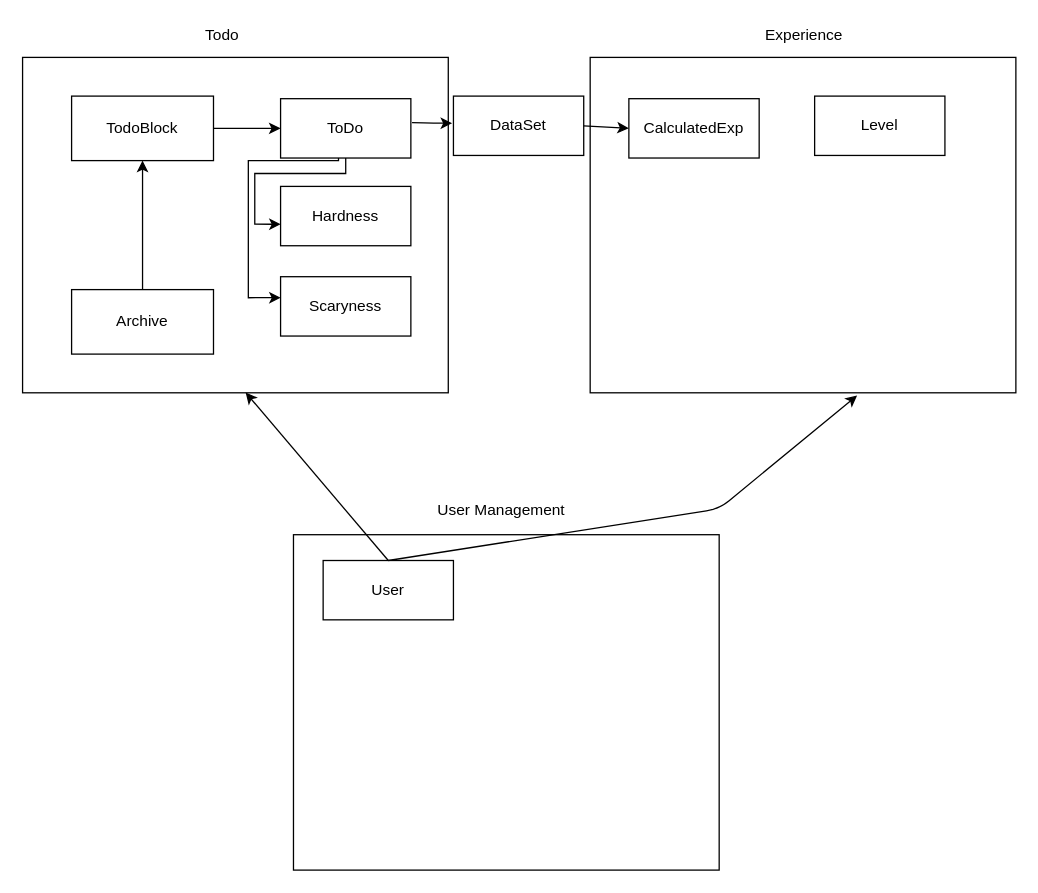
The draw.io diagram 3projects.drawio in FedosovMax/knight-todo, before the edit. Source tidied: cells renumbered, new cells numbered last; positions are measured from the earlier drawing's top-left corner, leaving out a move shared by most shapes. Both pictures are drawn from the tidied source at 129%, with x=0, y=0 at pixel (22, 22).
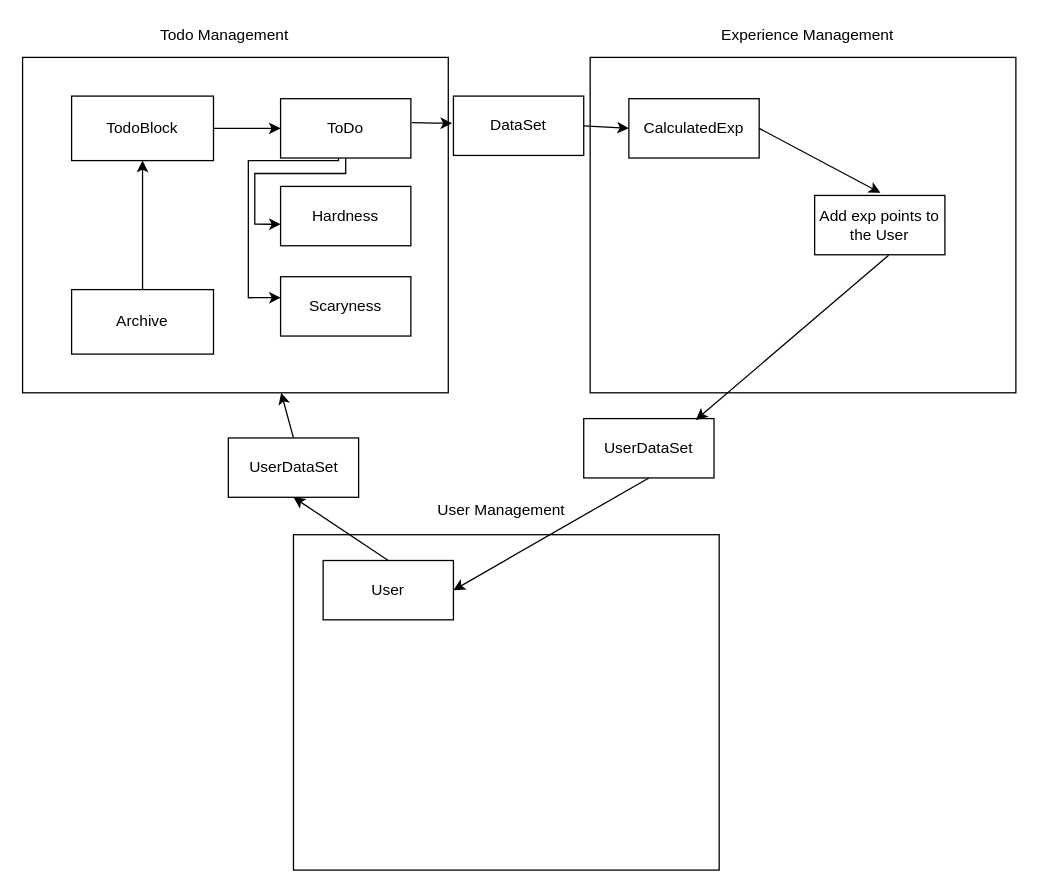
After the change.

The change refers to these unchanged cells:
```xml
<mxCell id="2" style="rounded=0;whiteSpace=wrap;html=1;fillColor=none;" parent="1" vertex="1">
  <mxGeometry y="27" width="330" height="260" as="geometry" />
</mxCell>
<mxCell id="3" style="rounded=0;whiteSpace=wrap;html=1;fillColor=none;" parent="1" vertex="1">
  <mxGeometry x="440" y="27" width="330" height="260" as="geometry" />
</mxCell>
<mxCell id="13" value="CalculatedExp" style="rounded=0;whiteSpace=wrap;html=1;fillColor=none;" parent="1" vertex="1">
  <mxGeometry x="470" y="59" width="101" height="46" as="geometry" />
</mxCell>
<mxCell id="22" value="User" style="rounded=0;whiteSpace=wrap;html=1;fillColor=none;" parent="1" vertex="1">
  <mxGeometry x="233" y="417" width="101" height="46" as="geometry" />
</mxCell>
```

Diff of the diagram source:
```diff
@@
-    <mxCell id="5" value="Todo" style="text;html=1;align=left;verticalAlign=top;spacingTop=-4;" parent="1" vertex="1">
-      <mxGeometry x="140" width="40" height="20" as="geometry" />
+    <mxCell id="5" value="Todo Management" style="text;html=1;align=left;verticalAlign=top;spacingTop=-4;" parent="1" vertex="1">
+      <mxGeometry x="104.5" width="110" height="20" as="geometry" />
     </mxCell>
-    <mxCell id="6" value="Experience" style="text;html=1;align=left;verticalAlign=top;spacingTop=-4;" parent="1" vertex="1">
-      <mxGeometry x="574" width="80" height="20" as="geometry" />
+    <mxCell id="6" value="Experience Management" style="text;html=1;align=left;verticalAlign=top;spacingTop=-4;" parent="1" vertex="1">
+      <mxGeometry x="540" width="150" height="20" as="geometry" />
     </mxCell>
@@
-    <mxCell id="14" value="Level" style="rounded=0;whiteSpace=wrap;html=1;fillColor=none;" parent="1" vertex="1">
-      <mxGeometry x="614" y="57" width="101" height="46" as="geometry" />
-    </mxCell>
@@
-    <mxCell id="23" style="endArrow=classic;html=1;exitX=0.5;exitY=0;exitDx=0;exitDy=0;entryX=0.524;entryY=0.999;entryDx=0;entryDy=0;entryPerimeter=0;" parent="1" edge="1" source="22" target="2">
+    <mxCell id="23" style="endArrow=classic;html=1;exitX=0.5;exitY=0;exitDx=0;exitDy=0;entryX=0.5;entryY=1;entryDx=0;entryDy=0;" parent="1" edge="1" source="22" target="28">
       <mxGeometry relative="1" as="geometry" />
     </mxCell>
-    <mxCell id="24" style="endArrow=classic;html=1;exitX=0.5;exitY=0;exitDx=0;exitDy=0;entryX=0.627;entryY=1.008;entryDx=0;entryDy=0;entryPerimeter=0;" parent="1" edge="1" source="22" target="3">
-      <mxGeometry relative="1" as="geometry">
-        <Array as="points">
-          <mxPoint x="540" y="377" />
-        </Array>
-      </mxGeometry>
-    </mxCell>
+    <mxCell id="25" value="Add exp points to the User" style="rounded=0;whiteSpace=wrap;html=1;fillColor=none;" parent="1" vertex="1">
+      <mxGeometry x="614" y="134" width="101" height="46" as="geometry" />
+    </mxCell>
+    <mxCell id="26" style="endArrow=classic;html=1;exitX=0.568;exitY=1.009;exitDx=0;exitDy=0;exitPerimeter=0;entryX=0.861;entryY=0.022;entryDx=0;entryDy=0;entryPerimeter=0;" parent="1" edge="1" source="25" target="29">
+      <mxGeometry relative="1" as="geometry" />
+    </mxCell>
+    <mxCell id="27" style="endArrow=classic;html=1;exitX=1;exitY=0.5;exitDx=0;exitDy=0;" parent="1" edge="1" source="13">
+      <mxGeometry relative="1" as="geometry">
+        <mxPoint x="665" y="132" as="targetPoint" />
+      </mxGeometry>
+    </mxCell>
+    <mxCell id="28" value="UserDataSet" style="rounded=0;whiteSpace=wrap;html=1;fillColor=none;" parent="1" vertex="1">
+      <mxGeometry x="159.5" y="322" width="101" height="46" as="geometry" />
+    </mxCell>
+    <mxCell id="29" value="UserDataSet" style="rounded=0;whiteSpace=wrap;html=1;fillColor=none;" parent="1" vertex="1">
+      <mxGeometry x="435" y="307" width="101" height="46" as="geometry" />
+    </mxCell>
+    <mxCell id="30" style="endArrow=classic;html=1;exitX=0.5;exitY=0;exitDx=0;exitDy=0;" parent="1" edge="1" source="28" target="2">
+      <mxGeometry relative="1" as="geometry" />
+    </mxCell>
+    <mxCell id="31" style="endArrow=classic;html=1;exitX=0.5;exitY=1;exitDx=0;exitDy=0;entryX=1;entryY=0.5;entryDx=0;entryDy=0;" parent="1" edge="1" source="29" target="22">
+      <mxGeometry relative="1" as="geometry" />
+    </mxCell>
```
